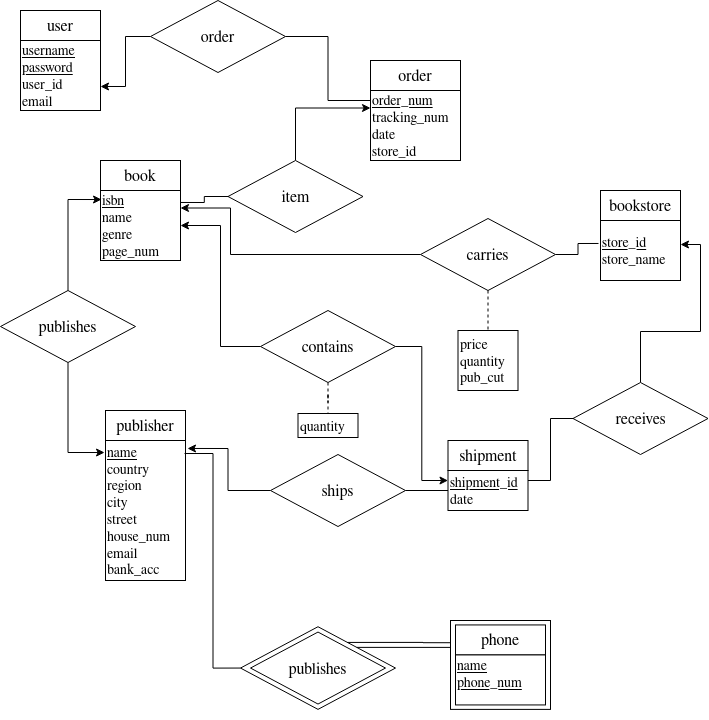
This is Report/images/ERDiagram.png from AdamPayzant/COMP3005_Project, a draw.io export, as it was before one commit. Source tidied: cells renumbered, new cells last; positions are measured from the earlier drawing's top-left corner, leaving out a move shared by most shapes.
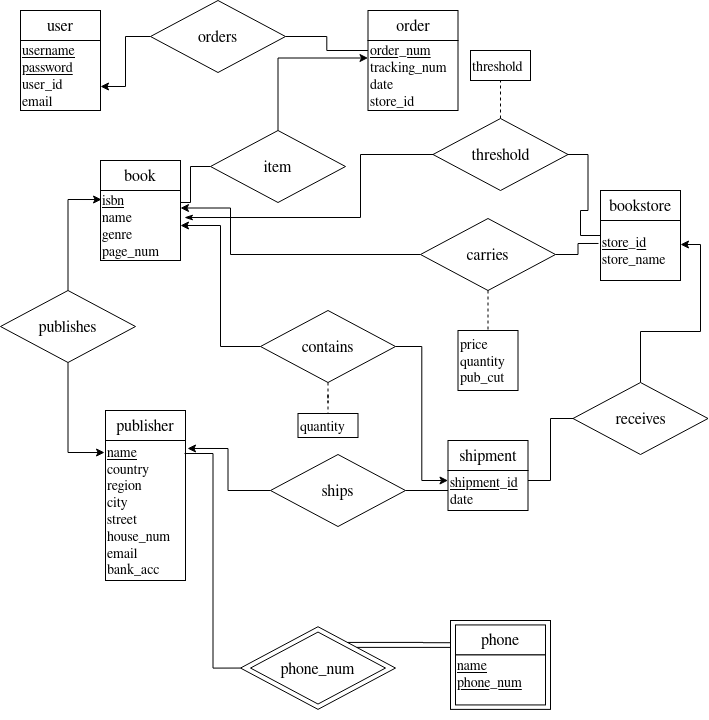
The same file after the commit.

Diff of the diagram source:
```diff
@@ -15,10 +15,10 @@
       <mxGeometry x="20" y="40" width="80" height="70" as="geometry" />
     </mxCell>
     <mxCell id="6" value="&lt;font style=&quot;font-size: 16px&quot;&gt;order&lt;/font&gt;" style="rounded=0;whiteSpace=wrap;html=1;" parent="1" vertex="1">
-      <mxGeometry x="370" y="60" width="90" height="30" as="geometry" />
+      <mxGeometry x="367.5" y="10" width="90" height="30" as="geometry" />
     </mxCell>
     <mxCell id="7" value="&lt;div style=&quot;font-size: 14px&quot;&gt;&lt;font style=&quot;font-size: 14px&quot;&gt;&lt;u&gt;order_num&lt;/u&gt;&lt;/font&gt;&lt;/div&gt;&lt;div style=&quot;font-size: 14px&quot;&gt;&lt;font style=&quot;font-size: 14px&quot;&gt;tracking_num&lt;br&gt;&lt;/font&gt;&lt;/div&gt;&lt;div style=&quot;font-size: 14px&quot;&gt;&lt;font style=&quot;font-size: 14px&quot;&gt;date&lt;/font&gt;&lt;/div&gt;&lt;div style=&quot;font-size: 14px&quot;&gt;&lt;font style=&quot;font-size: 14px&quot;&gt;store_id&lt;br&gt;&lt;/font&gt;&lt;/div&gt;" style="rounded=0;whiteSpace=wrap;html=1;align=left;" parent="1" vertex="1">
-      <mxGeometry x="370" y="90" width="90" height="70" as="geometry" />
+      <mxGeometry x="367.5" y="40" width="90" height="70" as="geometry" />
     </mxCell>
     <mxCell id="8" value="&lt;font style=&quot;font-size: 16px&quot;&gt;publisher&lt;/font&gt;" style="rounded=0;whiteSpace=wrap;html=1;" parent="1" vertex="1">
       <mxGeometry x="105" y="410" width="80" height="30" as="geometry" />
@@ -54,7 +54,7 @@
       <mxGeometry relative="1" as="geometry" />
     </mxCell>
     <mxCell id="19" value="&lt;font style=&quot;font-size: 16px&quot;&gt;item&lt;/font&gt;" style="rhombus;whiteSpace=wrap;html=1;" parent="1" vertex="1">
-      <mxGeometry x="227.5" y="160" width="135" height="72" as="geometry" />
+      <mxGeometry x="210" y="130" width="135" height="72" as="geometry" />
     </mxCell>
     <mxCell id="20" style="edgeStyle=orthogonalEdgeStyle;rounded=0;jettySize=auto;html=1;exitX=0;exitY=0.5;exitDx=0;exitDy=0;entryX=1;entryY=0.657;entryDx=0;entryDy=0;entryPerimeter=0;startArrow=none;startFill=0;" parent="1" edge="1" source="22" target="5">
       <mxGeometry relative="1" as="geometry" />
@@ -62,7 +62,7 @@
     <mxCell id="21" style="edgeStyle=orthogonalEdgeStyle;rounded=0;jettySize=auto;html=1;exitX=1;exitY=0.5;exitDx=0;exitDy=0;entryX=0;entryY=0.143;entryDx=0;entryDy=0;entryPerimeter=0;startArrow=none;startFill=0;endArrow=none;endFill=0;" parent="1" edge="1" source="22" target="7">
       <mxGeometry relative="1" as="geometry" />
     </mxCell>
-    <mxCell id="22" value="&lt;font style=&quot;font-size: 16px&quot;&gt;order&lt;/font&gt;" style="rhombus;whiteSpace=wrap;html=1;" parent="1" vertex="1">
+    <mxCell id="22" value="&lt;font style=&quot;font-size: 16px&quot;&gt;orders&lt;/font&gt;" style="rhombus;whiteSpace=wrap;html=1;" parent="1" vertex="1">
       <mxGeometry x="150" width="135" height="72" as="geometry" />
     </mxCell>
     <mxCell id="23" style="edgeStyle=orthogonalEdgeStyle;rounded=0;jettySize=auto;html=1;exitX=1;exitY=0.5;exitDx=0;exitDy=0;entryX=-0.025;entryY=0.383;entryDx=0;entryDy=0;entryPerimeter=0;startArrow=none;startFill=0;endArrow=none;endFill=0;" parent="1" edge="1" source="26" target="13">
@@ -98,7 +98,7 @@
     <mxCell id="30" style="rounded=0;whiteSpace=wrap;html=1;fillColor=none;" parent="1" vertex="1">
       <mxGeometry x="450" y="620" width="100" height="88.9" as="geometry" />
     </mxCell>
-    <mxCell id="31" value="&lt;font style=&quot;font-size: 16px&quot;&gt;publishes&lt;/font&gt;" style="rhombus;whiteSpace=wrap;html=1;" parent="1" vertex="1">
+    <mxCell id="31" value="&lt;font style=&quot;font-size: 16px&quot;&gt;phone_num&lt;br&gt;&lt;/font&gt;" style="rhombus;whiteSpace=wrap;html=1;" parent="1" vertex="1">
       <mxGeometry x="250" y="631.6" width="135" height="72" as="geometry" />
     </mxCell>
     <mxCell id="32" style="edgeStyle=orthogonalEdgeStyle;rounded=0;jettySize=auto;html=1;exitX=0;exitY=0.5;exitDx=0;exitDy=0;entryX=0.988;entryY=0.093;entryDx=0;entryDy=0;entryPerimeter=0;startArrow=none;startFill=0;endArrow=none;endFill=0;" parent="1" edge="1" source="33" target="9">
@@ -146,5 +146,25 @@
     <mxCell id="46" value="&lt;font style=&quot;font-size: 14px&quot;&gt;quantity&lt;/font&gt;" style="rounded=0;whiteSpace=wrap;html=1;align=left;" parent="1" vertex="1">
       <mxGeometry x="297.5" y="413" width="60" height="24" as="geometry" />
     </mxCell>
+    <mxCell id="47" style="edgeStyle=orthogonalEdgeStyle;rounded=0;jettySize=auto;html=1;exitX=1;exitY=0.5;exitDx=0;exitDy=0;entryX=0;entryY=0.25;entryDx=0;entryDy=0;endArrow=none;endFill=0;" parent="1" edge="1" source="50" target="13">
+      <mxGeometry relative="1" as="geometry" />
+    </mxCell>
+    <mxCell id="48" style="edgeStyle=orthogonalEdgeStyle;rounded=0;jettySize=auto;html=1;exitX=0;exitY=0.5;exitDx=0;exitDy=0;entryX=1.05;entryY=0.386;entryDx=0;entryDy=0;entryPerimeter=0;endArrow=classicThin;endFill=1;" parent="1" edge="1" source="50" target="3">
+      <mxGeometry relative="1" as="geometry">
+        <Array as="points">
+          <mxPoint x="360" y="154" />
+          <mxPoint x="360" y="217" />
+        </Array>
+      </mxGeometry>
+    </mxCell>
+    <mxCell id="49" style="edgeStyle=orthogonalEdgeStyle;rounded=0;jettySize=auto;html=1;exitX=0.5;exitY=0;exitDx=0;exitDy=0;entryX=0.5;entryY=1;entryDx=0;entryDy=0;endArrow=none;endFill=0;dashed=1;" parent="1" edge="1" source="50" target="51">
+      <mxGeometry relative="1" as="geometry" />
+    </mxCell>
+    <mxCell id="50" value="&lt;font style=&quot;font-size: 16px&quot;&gt;threshold&lt;br&gt;&lt;/font&gt;" style="rhombus;whiteSpace=wrap;html=1;" parent="1" vertex="1">
+      <mxGeometry x="432.5" y="118" width="135" height="72" as="geometry" />
+    </mxCell>
+    <mxCell id="51" value="&lt;font style=&quot;font-size: 14px&quot;&gt;threshold&lt;br&gt;&lt;/font&gt;" style="rounded=0;whiteSpace=wrap;html=1;align=left;" parent="1" vertex="1">
+      <mxGeometry x="470" y="50" width="60" height="30" as="geometry" />
+    </mxCell>
   </root>
 </mxGraphModel>
```
